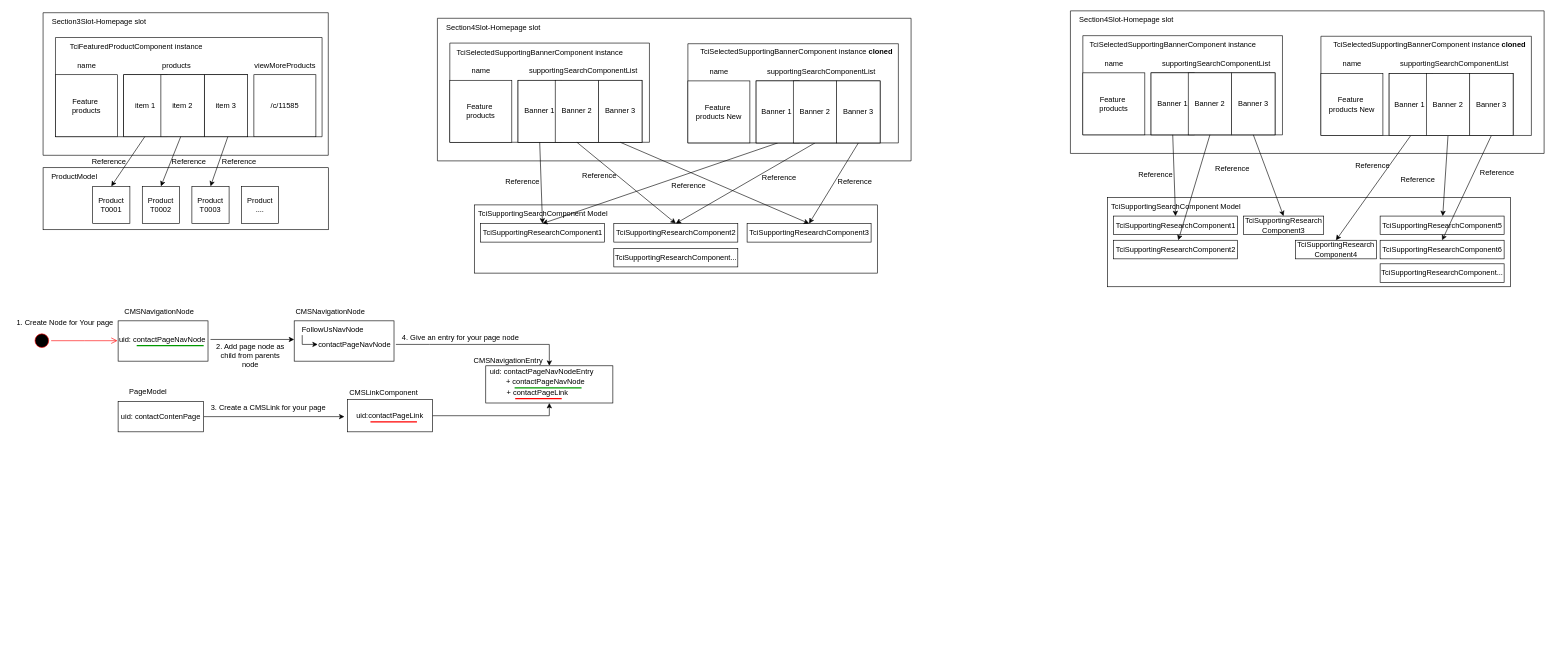
The draw.io diagram diagrams/DrawTemp.drawio in pinestran/transferfiles, before the edit. Source tidied: cells renumbered, new cells numbered last; positions are measured from the earlier drawing's top-left corner, leaving out a move shared by most shapes. Both pictures are drawn from the tidied source at 62%, with x=0, y=0 at pixel (11, 11).
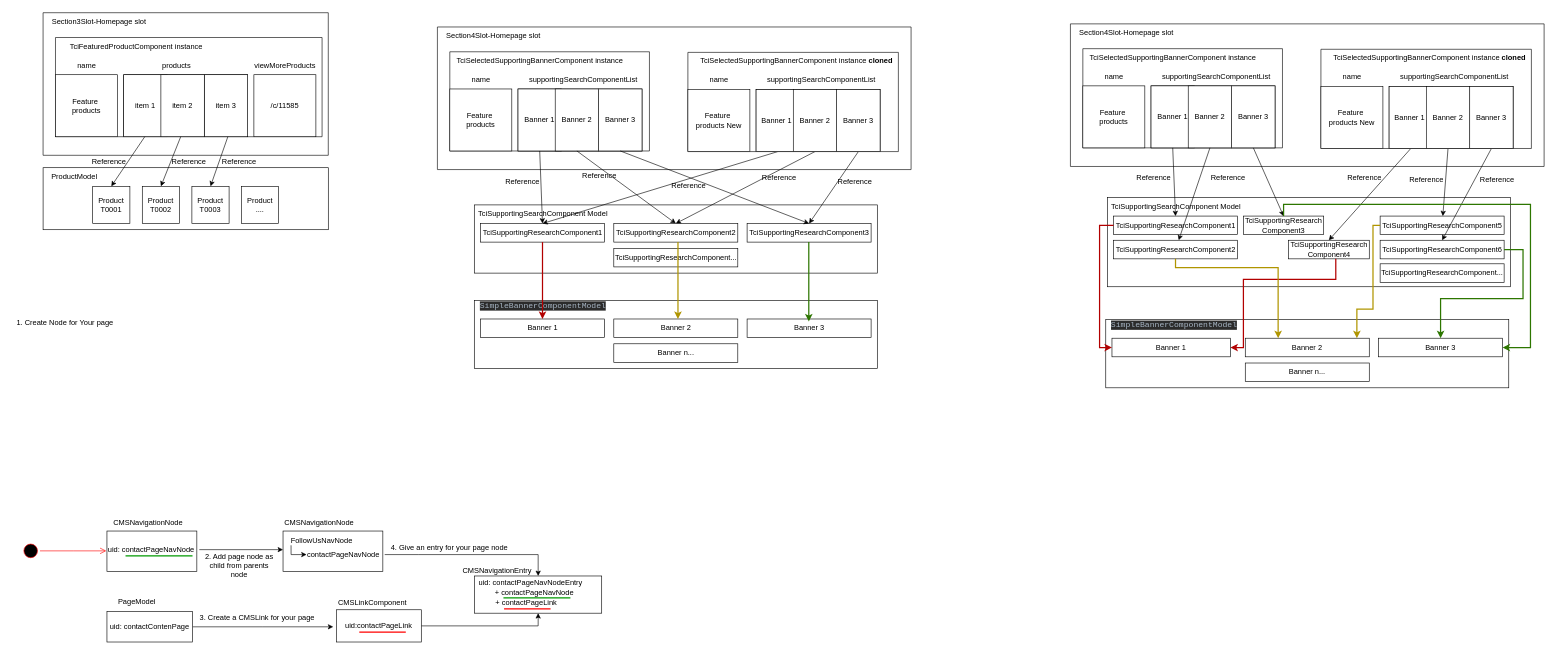
The same diagram, later.

Unchanged cells that the change refers to:
```xml
<mxCell id="34" value="TciSupportingResearchComponent1" style="rounded=0;whiteSpace=wrap;html=1;" parent="1" vertex="1">
  <mxGeometry x="757.5" y="343" width="200" height="30" as="geometry" />
</mxCell>
<mxCell id="109" value="TciSupportingResearchComponent1" style="rounded=0;whiteSpace=wrap;html=1;" parent="1" vertex="1">
  <mxGeometry x="1778.5" y="331" width="200" height="30" as="geometry" />
</mxCell>
<mxCell id="110" value="TciSupportingResearch&lt;br&gt;Component3" style="rounded=0;whiteSpace=wrap;html=1;" parent="1" vertex="1">
  <mxGeometry x="1988" y="331" width="129.5" height="30" as="geometry" />
</mxCell>
<mxCell id="111" value="TciSupportingResearchComponent5" style="rounded=0;whiteSpace=wrap;html=1;" parent="1" vertex="1">
  <mxGeometry x="2208.5" y="331" width="200" height="30" as="geometry" />
</mxCell>
<mxCell id="133" value="TciSupportingResearchComponent2" style="rounded=0;whiteSpace=wrap;html=1;" parent="1" vertex="1">
  <mxGeometry x="1778.5" y="370" width="200" height="30" as="geometry" />
</mxCell>
<mxCell id="135" value="TciSupportingResearchComponent6" style="rounded=0;whiteSpace=wrap;html=1;" parent="1" vertex="1">
  <mxGeometry x="2208.5" y="370" width="200" height="30" as="geometry" />
</mxCell>
```

Diff of the diagram source:
```diff
@@
     <mxCell id="22" style="swimlane;startSize=0;" parent="1" vertex="1">
-      <mxGeometry x="688" y="12" width="764" height="230" as="geometry" />
+      <mxGeometry x="688" y="26" width="764" height="230" as="geometry" />
     </mxCell>
@@
-    <mxCell id="35" value="TciSupportingResearchComponent2" style="rounded=0;whiteSpace=wrap;html=1;" parent="1" vertex="1">
-      <mxGeometry x="972.5" y="343" width="200" height="30" as="geometry" />
-    </mxCell>
@@
     <mxCell id="55" style="swimlane;startSize=0;" parent="1" vertex="1">
-      <mxGeometry x="1092" y="53" width="339.5" height="160" as="geometry" />
+      <mxGeometry x="1092" y="67" width="339.5" height="160" as="geometry" />
     </mxCell>
@@
     <mxCell id="64" style="rounded=0;whiteSpace=wrap;html=1;" parent="1" vertex="1">
-      <mxGeometry x="457" y="500" width="161" height="65" as="geometry" />
+      <mxGeometry x="439" y="839" width="161" height="65" as="geometry" />
     </mxCell>
     <mxCell id="65" style="edgeStyle=orthogonalEdgeStyle;rounded=0;jettySize=auto;html=1;" parent="1" edge="1" source="66">
       <mxGeometry relative="1" as="geometry">
-        <mxPoint x="538" y="654.5" as="targetPoint" />
+        <mxPoint x="520" y="993.5" as="targetPoint" />
       </mxGeometry>
     </mxCell>
     <mxCell id="66" value="uid: contactContenPage" style="rounded=0;whiteSpace=wrap;html=1;" parent="1" vertex="1">
-      <mxGeometry x="173" y="630" width="138" height="49" as="geometry" />
+      <mxGeometry x="155" y="969" width="138" height="49" as="geometry" />
     </mxCell>
     <mxCell id="67" style="rounded=0;whiteSpace=wrap;html=1;" parent="1" vertex="1">
-      <mxGeometry x="766" y="572.5" width="205" height="60" as="geometry" />
+      <mxGeometry x="748" y="911.5" width="205" height="60" as="geometry" />
     </mxCell>
@@
     <mxCell id="69" style="rounded=0;whiteSpace=wrap;html=1;" parent="1" vertex="1">
-      <mxGeometry x="543" y="627" width="137" height="52" as="geometry" />
+      <mxGeometry x="525" y="966" width="137" height="52" as="geometry" />
     </mxCell>
     <mxCell id="70" value="CMSLinkComponent" style="text;html=1;align=center;verticalAlign=middle;strokeColor=none;fillColor=none;" parent="1" vertex="1">
-      <mxGeometry x="536" y="603" width="129" height="26" as="geometry" />
+      <mxGeometry x="518" y="942" width="129" height="26" as="geometry" />
     </mxCell>
     <mxCell id="71" value="CMSNavigationNode" style="text;html=1;align=center;verticalAlign=middle;strokeColor=none;fillColor=none;" parent="1" vertex="1">
-      <mxGeometry x="450" y="473" width="130" height="26" as="geometry" />
+      <mxGeometry x="432" y="812" width="130" height="26" as="geometry" />
     </mxCell>
     <mxCell id="72" value="CMSNavigationEntry" style="text;html=1;align=center;verticalAlign=middle;strokeColor=none;fillColor=none;" parent="1" vertex="1">
-      <mxGeometry x="737" y="551" width="129" height="26" as="geometry" />
+      <mxGeometry x="719" y="890" width="129" height="26" as="geometry" />
     </mxCell>
     <mxCell id="73" value="FollowUsNavNode" style="text;html=1;align=center;verticalAlign=middle;points=[];strokeColor=none;fillColor=none;" parent="1" vertex="1">
-      <mxGeometry x="460" y="502" width="117" height="26" as="geometry" />
+      <mxGeometry x="442" y="841" width="117" height="26" as="geometry" />
     </mxCell>
     <mxCell id="74" style="edgeStyle=orthogonalEdgeStyle;rounded=0;jettySize=auto;html=1;" parent="1" edge="1" source="75" target="67">
       <mxGeometry relative="1" as="geometry">
         <Array as="points">
-          <mxPoint x="675" y="538" />
-          <mxPoint x="675" y="538" />
+          <mxPoint x="657" y="877" />
+          <mxPoint x="657" y="877" />
         </Array>
       </mxGeometry>
     </mxCell>
     <mxCell id="75" value="contactPageNavNode" style="text;html=1;align=center;verticalAlign=middle;points=[];strokeColor=none;fillColor=none;" parent="1" vertex="1">
-      <mxGeometry x="486" y="525" width="135" height="26" as="geometry" />
+      <mxGeometry x="468" y="864" width="135" height="26" as="geometry" />
     </mxCell>
     <mxCell id="76" value="uid:contactPageLink" style="text;html=1;align=center;verticalAlign=middle;strokeColor=none;fillColor=none;" parent="1" vertex="1">
-      <mxGeometry x="548" y="640" width="126" height="26" as="geometry" />
+      <mxGeometry x="530" y="979" width="126" height="26" as="geometry" />
     </mxCell>
     <mxCell id="77" value="PageModel" style="text;html=1;align=center;verticalAlign=middle;strokeColor=none;fillColor=none;" parent="1" vertex="1">
-      <mxGeometry x="181" y="601" width="79" height="26" as="geometry" />
+      <mxGeometry x="163" y="940" width="79" height="26" as="geometry" />
     </mxCell>
     <mxCell id="78" style="endArrow=classic;html=1;rounded=0;exitX=0.085;exitY=0.808;exitDx=0;exitDy=0;exitPerimeter=0;" parent="1" edge="1" source="73">
       <mxGeometry relative="1" as="geometry">
-        <mxPoint x="495" y="538" as="targetPoint" />
+        <mxPoint x="477" y="877" as="targetPoint" />
         <Array as="points">
-          <mxPoint x="470" y="538" />
+          <mxPoint x="452" y="877" />
         </Array>
       </mxGeometry>
     </mxCell>
     <mxCell id="79" value="4. Give an entry for your page node" style="text;html=1;align=center;verticalAlign=middle;strokeColor=none;fillColor=none;" parent="1" vertex="1">
-      <mxGeometry x="621" y="514" width="207" height="26" as="geometry" />
+      <mxGeometry x="603" y="853" width="207" height="26" as="geometry" />
     </mxCell>
     <mxCell id="80" value="uid: contactPageNavNodeEntry" style="text;html=1;align=center;verticalAlign=middle;strokeColor=none;fillColor=none;" parent="1" vertex="1">
-      <mxGeometry x="763" y="570" width="185" height="26" as="geometry" />
+      <mxGeometry x="745" y="909" width="185" height="26" as="geometry" />
     </mxCell>
     <mxCell id="81" value="+ contactPageNavNode" style="text;html=1;align=center;verticalAlign=middle;strokeColor=none;fillColor=none;" parent="1" vertex="1">
-      <mxGeometry x="789" y="586" width="145" height="26" as="geometry" />
+      <mxGeometry x="771" y="925" width="145" height="26" as="geometry" />
     </mxCell>
     <mxCell id="82" value="+ contactPageLink" style="text;html=1;align=center;verticalAlign=middle;strokeColor=none;fillColor=none;" parent="1" vertex="1">
-      <mxGeometry x="790" y="603" width="117" height="26" as="geometry" />
+      <mxGeometry x="772" y="942" width="117" height="26" as="geometry" />
     </mxCell>
     <mxCell id="83" value="3. Create a CMSLink for your page" style="text;html=1;align=center;verticalAlign=middle;strokeColor=none;fillColor=none;" parent="1" vertex="1">
-      <mxGeometry x="313" y="627" width="203" height="26" as="geometry" />
+      <mxGeometry x="295" y="966" width="203" height="26" as="geometry" />
     </mxCell>
     <mxCell id="84" style="ellipse;html=1;shape=startState;fillColor=#000000;strokeColor=#ff0000;" parent="1" vertex="1">
-      <mxGeometry x="35" y="517" width="30" height="30" as="geometry" />
+      <mxGeometry x="17" y="856" width="30" height="30" as="geometry" />
     </mxCell>
     <mxCell id="85" style="edgeStyle=orthogonalEdgeStyle;html=1;verticalAlign=bottom;endArrow=open;endSize=8;strokeColor=#ff0000;rounded=0;" parent="1" edge="1" source="84">
       <mxGeometry relative="1" as="geometry">
-        <mxPoint x="172" y="532" as="targetPoint" />
+        <mxPoint x="154" y="871" as="targetPoint" />
       </mxGeometry>
     </mxCell>
@@
     <mxCell id="87" style="rounded=0;whiteSpace=wrap;html=1;" parent="1" vertex="1">
-      <mxGeometry x="173" y="500" width="145" height="65" as="geometry" />
+      <mxGeometry x="155" y="839" width="145" height="65" as="geometry" />
     </mxCell>
     <mxCell id="88" value="CMSNavigationNode" style="text;html=1;align=center;verticalAlign=middle;strokeColor=none;fillColor=none;" parent="1" vertex="1">
-      <mxGeometry x="174" y="473" width="130" height="26" as="geometry" />
+      <mxGeometry x="156" y="812" width="130" height="26" as="geometry" />
     </mxCell>
@@
     <mxCell id="90" value="uid: contactPageNavNode" style="text;html=1;align=center;verticalAlign=middle;points=[];strokeColor=none;fillColor=none;" parent="1" vertex="1">
-      <mxGeometry x="165" y="517" width="157" height="26" as="geometry" />
+      <mxGeometry x="147" y="856" width="157" height="26" as="geometry" />
     </mxCell>
     <mxCell id="91" value="2. Add page node as&lt;br&gt;child from parents&lt;br&gt;node" style="text;html=1;align=center;verticalAlign=middle;strokeColor=none;fillColor=none;" parent="1" vertex="1">
-      <mxGeometry x="322" y="528" width="128" height="55" as="geometry" />
+      <mxGeometry x="304" y="867" width="128" height="55" as="geometry" />
     </mxCell>
     <mxCell id="92" style="line;strokeWidth=2;dashed=0;labelPosition=right;align=left;verticalAlign=middle;spacingTop=0;spacingLeft=6;strokeColor=#FF0000;" parent="1" vertex="1">
-      <mxGeometry x="580" y="658" width="75" height="10" as="geometry" />
+      <mxGeometry x="562" y="997" width="75" height="10" as="geometry" />
     </mxCell>
     <mxCell id="93" style="line;strokeWidth=2;dashed=0;labelPosition=right;align=left;verticalAlign=middle;spacingTop=0;spacingLeft=6;strokeColor=#FF0000;" parent="1" vertex="1">
-      <mxGeometry x="813.5" y="620.5" width="75" height="10" as="geometry" />
+      <mxGeometry x="795.5" y="959.5" width="75" height="10" as="geometry" />
     </mxCell>
     <mxCell id="94" style="line;strokeWidth=2;dashed=0;labelPosition=right;align=left;verticalAlign=middle;spacingTop=0;spacingLeft=6;strokeColor=#009900;" parent="1" vertex="1">
-      <mxGeometry x="203" y="535" width="108" height="10" as="geometry" />
+      <mxGeometry x="185" y="874" width="108" height="10" as="geometry" />
     </mxCell>
     <mxCell id="95" style="line;strokeWidth=2;dashed=0;labelPosition=right;align=left;verticalAlign=middle;spacingTop=0;spacingLeft=6;strokeColor=#009900;" parent="1" vertex="1">
-      <mxGeometry x="812.5" y="603" width="108" height="10" as="geometry" />
+      <mxGeometry x="794.5" y="942" width="108" height="10" as="geometry" />
     </mxCell>
@@
     <mxCell id="97" style="swimlane;startSize=0;" parent="1" vertex="1">
-      <mxGeometry x="1709" width="764" height="230" as="geometry" />
+      <mxGeometry x="1709" y="21" width="764" height="230" as="geometry" />
     </mxCell>
@@
     <mxCell id="116" value="Reference" style="text;html=1;align=center;verticalAlign=middle;strokeColor=none;fillColor=none;" parent="1" vertex="1">
-      <mxGeometry x="1809" y="251" width="73" height="26" as="geometry" />
+      <mxGeometry x="1806" y="257" width="73" height="26" as="geometry" />
     </mxCell>
     <mxCell id="117" value="Reference" style="text;html=1;align=center;verticalAlign=middle;strokeColor=none;fillColor=none;" parent="1" vertex="1">
-      <mxGeometry x="2159" y="237" width="73" height="26" as="geometry" />
+      <mxGeometry x="2146" y="257" width="73" height="26" as="geometry" />
     </mxCell>
     <mxCell id="118" value="Reference" style="text;html=1;align=center;verticalAlign=middle;strokeColor=none;fillColor=none;" parent="1" vertex="1">
-      <mxGeometry x="1933" y="241" width="73" height="26" as="geometry" />
+      <mxGeometry x="1926" y="257" width="73" height="26" as="geometry" />
     </mxCell>
@@
     <mxCell id="122" value="Reference" style="text;html=1;align=center;verticalAlign=middle;strokeColor=none;fillColor=none;" parent="1" vertex="1">
-      <mxGeometry x="2232" y="260" width="73" height="26" as="geometry" />
+      <mxGeometry x="2246.2" y="260" width="73" height="26" as="geometry" />
     </mxCell>
     <mxCell id="123" value="Reference" style="text;html=1;align=center;verticalAlign=middle;strokeColor=none;fillColor=none;" parent="1" vertex="1">
-      <mxGeometry x="2360" y="249" width="73" height="26" as="geometry" />
+      <mxGeometry x="2360" y="260" width="73" height="26" as="geometry" />
     </mxCell>
     <mxCell id="124" style="swimlane;startSize=0;" parent="1" vertex="1">
-      <mxGeometry x="2113" y="41" width="339.5" height="160" as="geometry" />
+      <mxGeometry x="2113" y="62" width="339.5" height="160" as="geometry" />
     </mxCell>
@@
     <mxCell id="134" value="TciSupportingResearch&lt;br&gt;Component4" style="rounded=0;whiteSpace=wrap;html=1;" parent="1" vertex="1">
-      <mxGeometry x="2072" y="370" width="130.5" height="30" as="geometry" />
+      <mxGeometry x="2060.5" y="370" width="130.5" height="30" as="geometry" />
     </mxCell>
@@
+    <mxCell id="136" style="rounded=0;whiteSpace=wrap;html=1;" parent="1" vertex="1">
+      <mxGeometry x="747.5" y="467" width="650" height="110" as="geometry" />
+    </mxCell>
+    <mxCell id="137" value="&lt;pre style=&quot;background-color:#2b2b2b;color:#a9b7c6;font-family:'JetBrains Mono',monospace;font-size:9.8pt;&quot;&gt;SimpleBannerComponentModel&lt;/pre&gt;" style="text;html=1;align=center;verticalAlign=middle;strokeColor=none;fillColor=none;" parent="1" vertex="1">
+      <mxGeometry x="755" y="449" width="205" height="54" as="geometry" />
+    </mxCell>
+    <mxCell id="138" value="Banner 1" style="rounded=0;whiteSpace=wrap;html=1;" parent="1" vertex="1">
+      <mxGeometry x="757.5" y="497" width="200" height="30" as="geometry" />
+    </mxCell>
+    <mxCell id="139" value="Banner 2" style="rounded=0;whiteSpace=wrap;html=1;" parent="1" vertex="1">
+      <mxGeometry x="972.5" y="497" width="200" height="30" as="geometry" />
+    </mxCell>
+    <mxCell id="140" value="Banner 3" style="rounded=0;whiteSpace=wrap;html=1;" parent="1" vertex="1">
+      <mxGeometry x="1187.5" y="497" width="200" height="30" as="geometry" />
+    </mxCell>
+    <mxCell id="141" value="Banner n..." style="rounded=0;whiteSpace=wrap;html=1;" parent="1" vertex="1">
+      <mxGeometry x="972.5" y="537" width="200" height="30" as="geometry" />
+    </mxCell>
+    <mxCell id="142" style="edgeStyle=orthogonalEdgeStyle;rounded=0;jettySize=auto;html=1;entryX=0.5;entryY=0;entryDx=0;entryDy=0;fillColor=#e51400;strokeColor=#B20000;strokeWidth=2;" parent="1" edge="1" source="34" target="138">
+      <mxGeometry relative="1" as="geometry" />
+    </mxCell>
+    <mxCell id="35" value="TciSupportingResearchComponent2" style="rounded=0;whiteSpace=wrap;html=1;" parent="1" vertex="1">
+      <mxGeometry x="972.5" y="343" width="200" height="30" as="geometry" />
+    </mxCell>
+    <mxCell id="143" style="edgeStyle=orthogonalEdgeStyle;rounded=0;orthogonalLoop=1;jettySize=auto;html=1;fillColor=#e3c800;strokeColor=#B09500;strokeWidth=2;" parent="1" edge="1">
+      <mxGeometry relative="1" as="geometry">
+        <mxPoint x="1076" y="373" as="sourcePoint" />
+        <mxPoint x="1076" y="497" as="targetPoint" />
+      </mxGeometry>
+    </mxCell>
+    <mxCell id="144" style="edgeStyle=orthogonalEdgeStyle;rounded=0;orthogonalLoop=1;jettySize=auto;html=1;fillColor=#60a917;strokeColor=#2D7600;strokeWidth=2;" parent="1" edge="1">
+      <mxGeometry relative="1" as="geometry">
+        <mxPoint x="1287" y="373" as="sourcePoint" />
+        <mxPoint x="1287" y="501" as="targetPoint" />
+      </mxGeometry>
+    </mxCell>
+    <mxCell id="145" style="rounded=0;whiteSpace=wrap;html=1;" parent="1" vertex="1">
+      <mxGeometry x="1766" y="498" width="650" height="110" as="geometry" />
+    </mxCell>
+    <mxCell id="146" value="&lt;pre style=&quot;background-color:#2b2b2b;color:#a9b7c6;font-family:'JetBrains Mono',monospace;font-size:9.8pt;&quot;&gt;SimpleBannerComponentModel&lt;/pre&gt;" style="text;html=1;align=center;verticalAlign=middle;strokeColor=none;fillColor=none;" parent="1" vertex="1">
+      <mxGeometry x="1773.5" y="480" width="205" height="54" as="geometry" />
+    </mxCell>
+    <mxCell id="147" value="Banner 1" style="rounded=0;whiteSpace=wrap;html=1;" parent="1" vertex="1">
+      <mxGeometry x="1776" y="528" width="191" height="30" as="geometry" />
+    </mxCell>
+    <mxCell id="148" value="Banner 2" style="rounded=0;whiteSpace=wrap;html=1;" parent="1" vertex="1">
+      <mxGeometry x="1991" y="528" width="200" height="30" as="geometry" />
+    </mxCell>
+    <mxCell id="149" value="Banner 3" style="rounded=0;whiteSpace=wrap;html=1;" parent="1" vertex="1">
+      <mxGeometry x="2206" y="528" width="200" height="30" as="geometry" />
+    </mxCell>
+    <mxCell id="150" value="Banner n..." style="rounded=0;whiteSpace=wrap;html=1;" parent="1" vertex="1">
+      <mxGeometry x="1991" y="568" width="200" height="30" as="geometry" />
+    </mxCell>
+    <mxCell id="151" style="edgeStyle=orthogonalEdgeStyle;rounded=0;jettySize=auto;html=1;entryX=0;entryY=0.5;entryDx=0;entryDy=0;strokeColor=#B20000;strokeWidth=2;fillColor=#e51400;" parent="1" edge="1" source="109" target="147">
+      <mxGeometry relative="1" as="geometry">
+        <Array as="points">
+          <mxPoint x="1756" y="346" />
+          <mxPoint x="1756" y="543" />
+        </Array>
+      </mxGeometry>
+    </mxCell>
+    <mxCell id="152" style="edgeStyle=orthogonalEdgeStyle;rounded=0;jettySize=auto;html=1;entryX=1;entryY=0.5;entryDx=0;entryDy=0;strokeWidth=2;fillColor=#e51400;strokeColor=#B20000;" parent="1" edge="1" source="134" target="147">
+      <mxGeometry relative="1" as="geometry">
+        <Array as="points">
+          <mxPoint x="2137" y="433" />
+          <mxPoint x="1988" y="433" />
+          <mxPoint x="1988" y="543" />
+        </Array>
+      </mxGeometry>
+    </mxCell>
+    <mxCell id="153" style="edgeStyle=orthogonalEdgeStyle;rounded=0;jettySize=auto;html=1;fillColor=#e3c800;strokeColor=#B09500;strokeWidth=2;" parent="1" edge="1" source="133" target="148">
+      <mxGeometry relative="1" as="geometry">
+        <Array as="points">
+          <mxPoint x="1879" y="414" />
+          <mxPoint x="2044" y="414" />
+        </Array>
+      </mxGeometry>
+    </mxCell>
+    <mxCell id="154" style="edgeStyle=orthogonalEdgeStyle;rounded=0;jettySize=auto;html=1;strokeColor=#B09500;strokeWidth=2;fillColor=#e3c800;" parent="1" edge="1" source="111">
+      <mxGeometry relative="1" as="geometry">
+        <mxPoint x="2171" y="528" as="targetPoint" />
+        <Array as="points">
+          <mxPoint x="2197" y="346" />
+          <mxPoint x="2197" y="481" />
+          <mxPoint x="2171" y="481" />
+        </Array>
+      </mxGeometry>
+    </mxCell>
+    <mxCell id="155" style="edgeStyle=orthogonalEdgeStyle;rounded=0;jettySize=auto;html=1;entryX=1;entryY=0.5;entryDx=0;entryDy=0;strokeColor=#2D7600;strokeWidth=2;fillColor=#60a917;" parent="1" edge="1" source="110" target="149">
+      <mxGeometry relative="1" as="geometry">
+        <Array as="points">
+          <mxPoint x="2053" y="312" />
+          <mxPoint x="2451" y="312" />
+          <mxPoint x="2451" y="543" />
+        </Array>
+      </mxGeometry>
+    </mxCell>
+    <mxCell id="156" style="edgeStyle=orthogonalEdgeStyle;rounded=0;jettySize=auto;html=1;strokeColor=#2D7600;strokeWidth=2;fillColor=#60a917;" parent="1" edge="1" source="135" target="149">
+      <mxGeometry relative="1" as="geometry">
+        <Array as="points">
+          <mxPoint x="2439" y="385" />
+          <mxPoint x="2439" y="464" />
+          <mxPoint x="2306" y="464" />
+        </Array>
+      </mxGeometry>
+    </mxCell>
```
